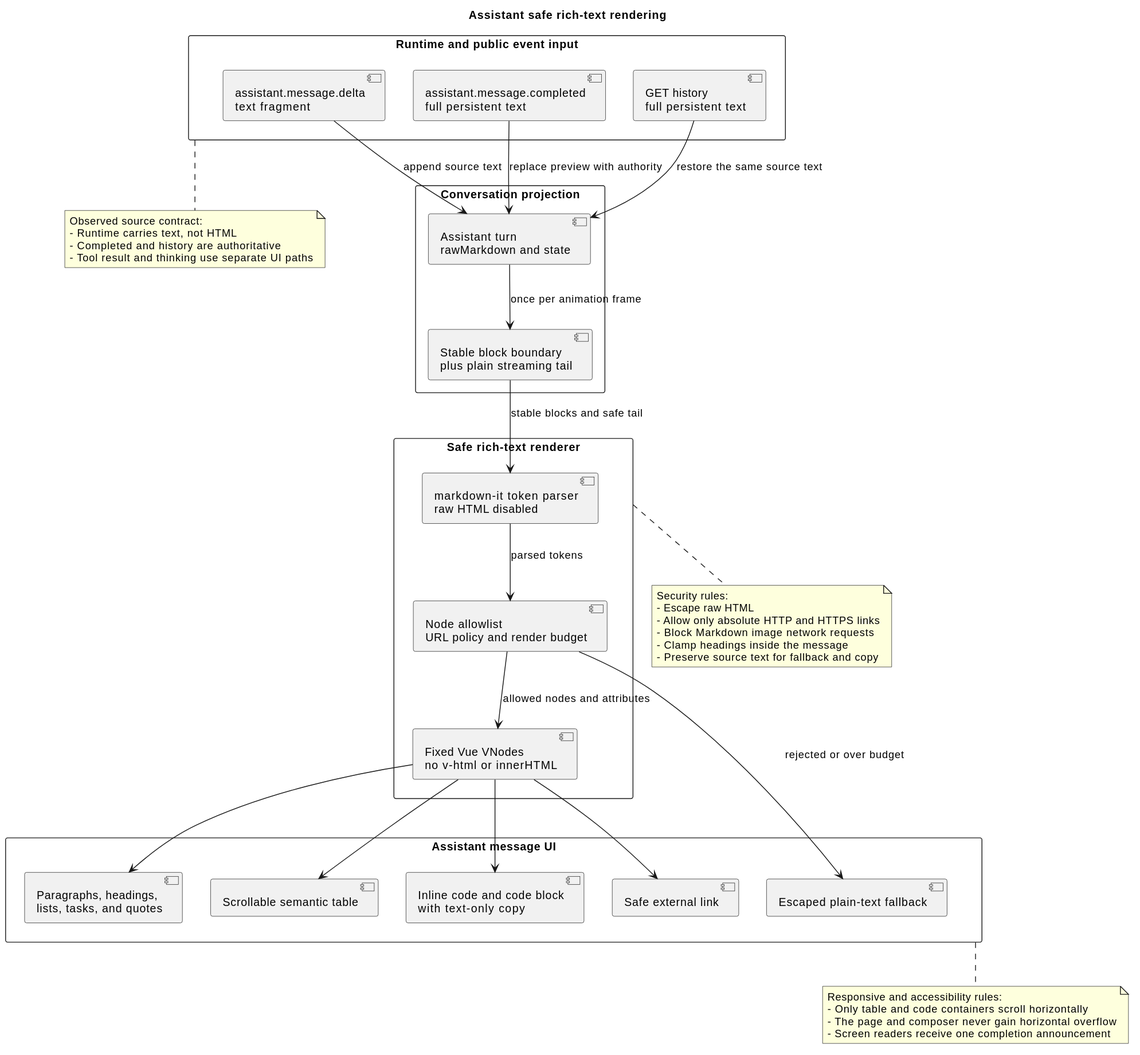
The PlantUML diagram docs/designs/campusclaw-frontend/assistant_rich_text_rendering.svg in 2862282695gjh-afk/pi-mono-java, before a commit. Its diagram source:
```plantuml
@startuml

title Assistant safe rich-text rendering
top to bottom direction

rectangle "Runtime and public event input" as Input {
  component "assistant.message.delta\ntext fragment" as Delta
  component "assistant.message.completed\nfull persistent text" as Completed
  component "GET history\nfull persistent text" as History
}

rectangle "Conversation projection" as Projection {
  component "Assistant turn\nrawMarkdown and state" as Raw
  component "Stable block boundary\nplus plain streaming tail" as Stable
}

rectangle "Safe rich-text renderer" as Renderer {
  component "markdown-it token parser\nraw HTML disabled" as Parser
  component "Node allowlist\nURL policy and render budget" as Policy
  component "Fixed Vue VNodes\nno v-html or innerHTML" as Vue
}

rectangle "Assistant message UI" as UI {
  component "Paragraphs, headings,\nlists, tasks, and quotes" as Prose
  component "Scrollable semantic table" as Table
  component "Inline code and code block\nwith text-only copy" as Code
  component "Safe external link" as Link
  component "Escaped plain-text fallback" as Fallback
}

Delta --> Raw : append source text
Completed --> Raw : replace preview with authority
History --> Raw : restore the same source text
Raw --> Stable : once per animation frame
Stable --> Parser : stable blocks and safe tail
Parser --> Policy : parsed tokens
Policy --> Vue : allowed nodes and attributes
Policy --> Fallback : rejected or over budget
Vue --> Prose
Vue --> Table
Vue --> Code
Vue --> Link

note bottom of Input
Observed source contract:
- Runtime carries text, not HTML
- Completed and history are authoritative
- Tool result and thinking use separate UI paths
end note

note bottom of Renderer
Security rules:
- Escape raw HTML
- Allow only absolute HTTP and HTTPS links
- Block Markdown image network requests
- Clamp headings inside the message
- Preserve source text for fallback and copy
end note

note bottom of UI
Responsive and accessibility rules:
- Only table and code containers scroll horizontally
- The page and composer never gain horizontal overflow
- Screen readers receive one completion announcement
end note
@enduml
```
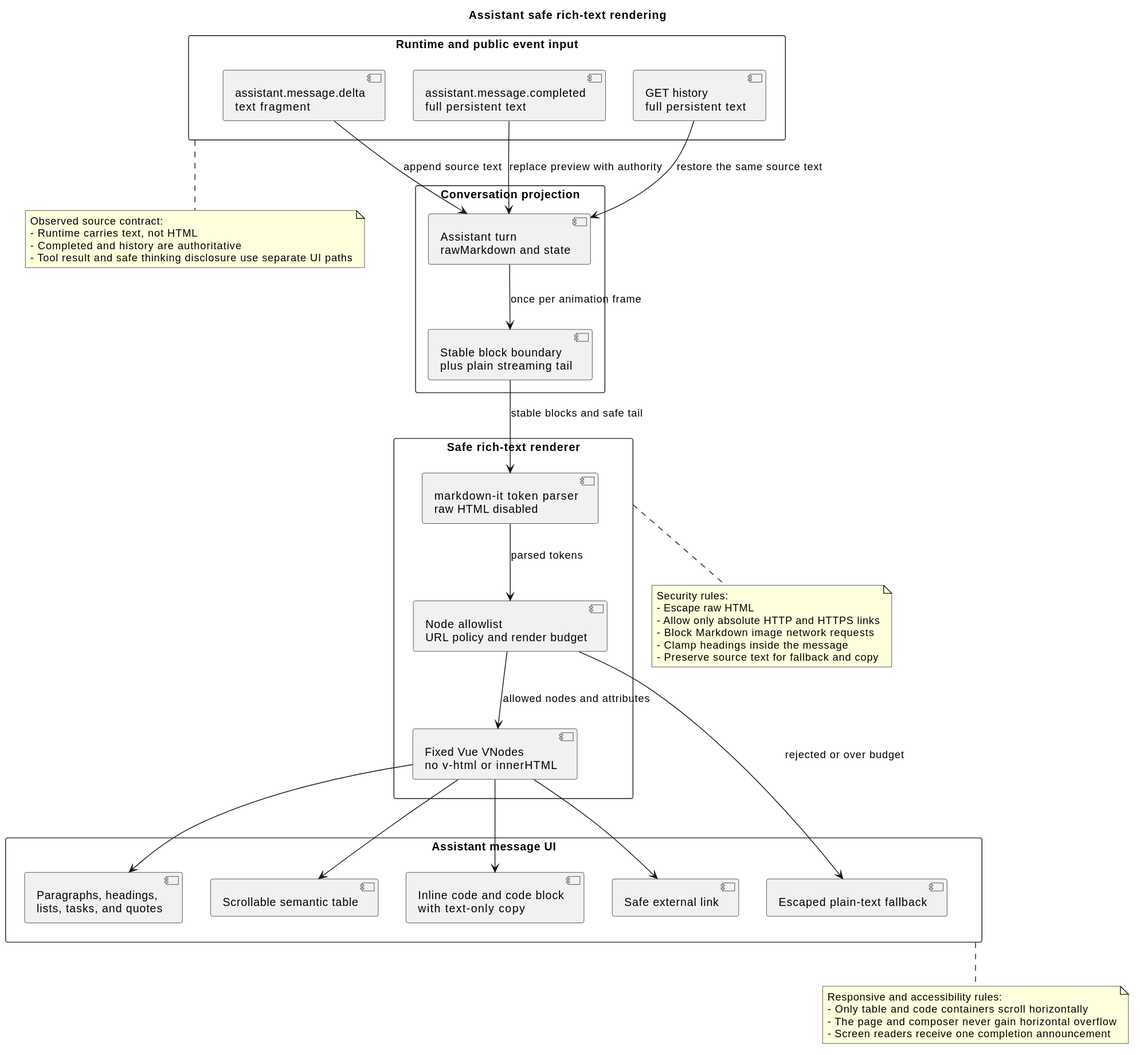
After the change.

The edit, as a diff of the source:
```diff
@@ -45,7 +45,7 @@
 Observed source contract:
 - Runtime carries text, not HTML
 - Completed and history are authoritative
-- Tool result and thinking use separate UI paths
+- Tool result and safe thinking disclosure use separate UI paths
 end note
 
 note bottom of Renderer
```
